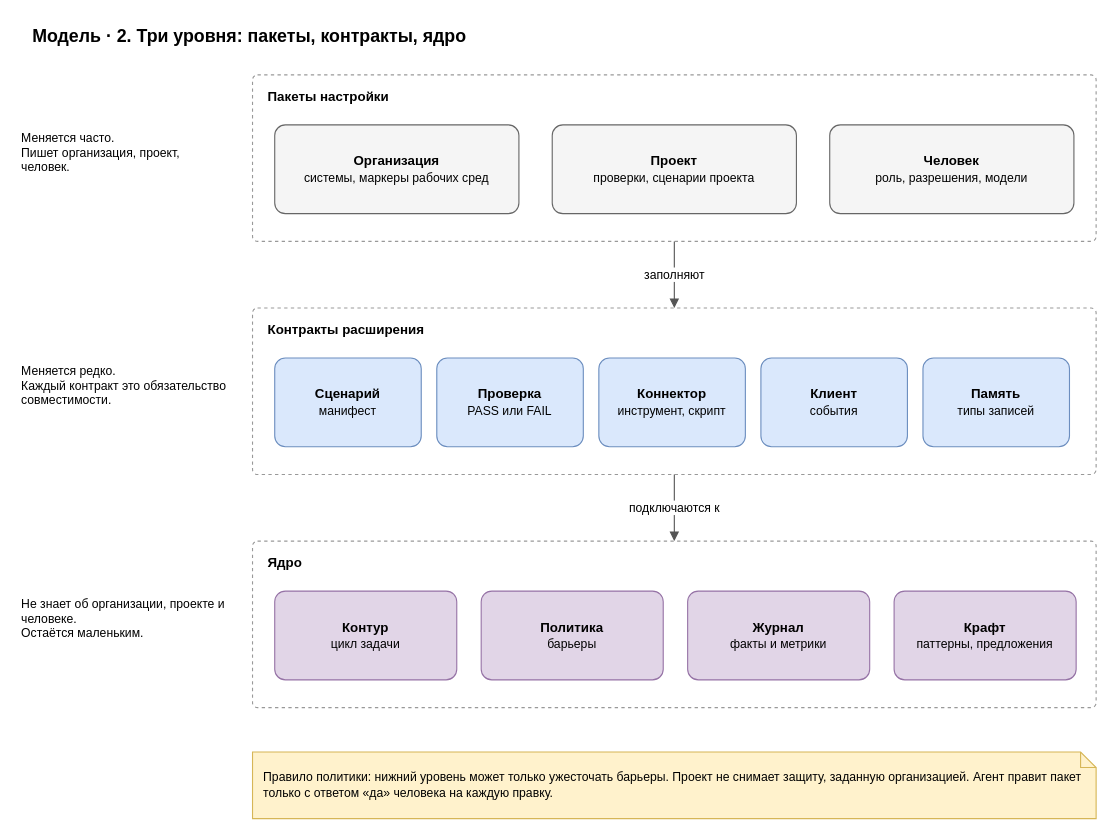
Earlier version of the draw.io diagram page "2. Уровни" (2 of 6) of docs/spec/harness-model.drawio (roygkov/reins). Source tidied: cells renumbered, new cells numbered last; positions are measured from the earlier drawing's top-left corner, leaving out a move shared by most shapes. Both pictures are drawn from the tidied source at 111%, with x=0, y=0 at pixel (19, 19).
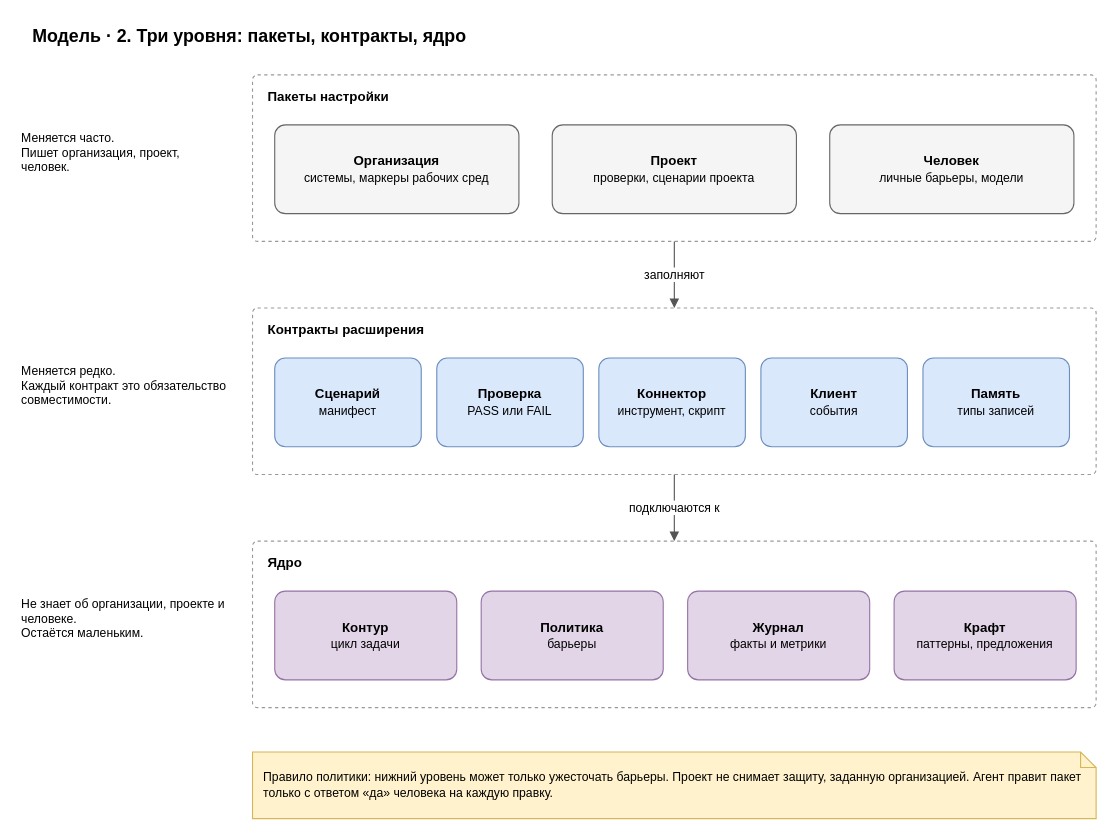
After the change.

The edit, as a diff of the source:
```diff
@@
-    <mxCell id="6" value="&lt;b&gt;Человек&lt;/b&gt;&lt;br&gt;&lt;font style=&quot;font-size:11px&quot;&gt;роль, разрешения, модели&lt;/font&gt;" style="rounded=1;whiteSpace=wrap;html=1;fillColor=#f5f5f5;strokeColor=#666666;arcSize=12;" parent="1" vertex="1">
+    <mxCell id="6" value="&lt;b&gt;Человек&lt;/b&gt;&lt;br&gt;&lt;font style=&quot;font-size:11px&quot;&gt;личные барьеры, модели&lt;/font&gt;" style="rounded=1;whiteSpace=wrap;html=1;fillColor=#f5f5f5;strokeColor=#666666;arcSize=12;" parent="1" vertex="1">
       <mxGeometry x="730" y="95" width="220" height="80" as="geometry" />
     </mxCell>
```
